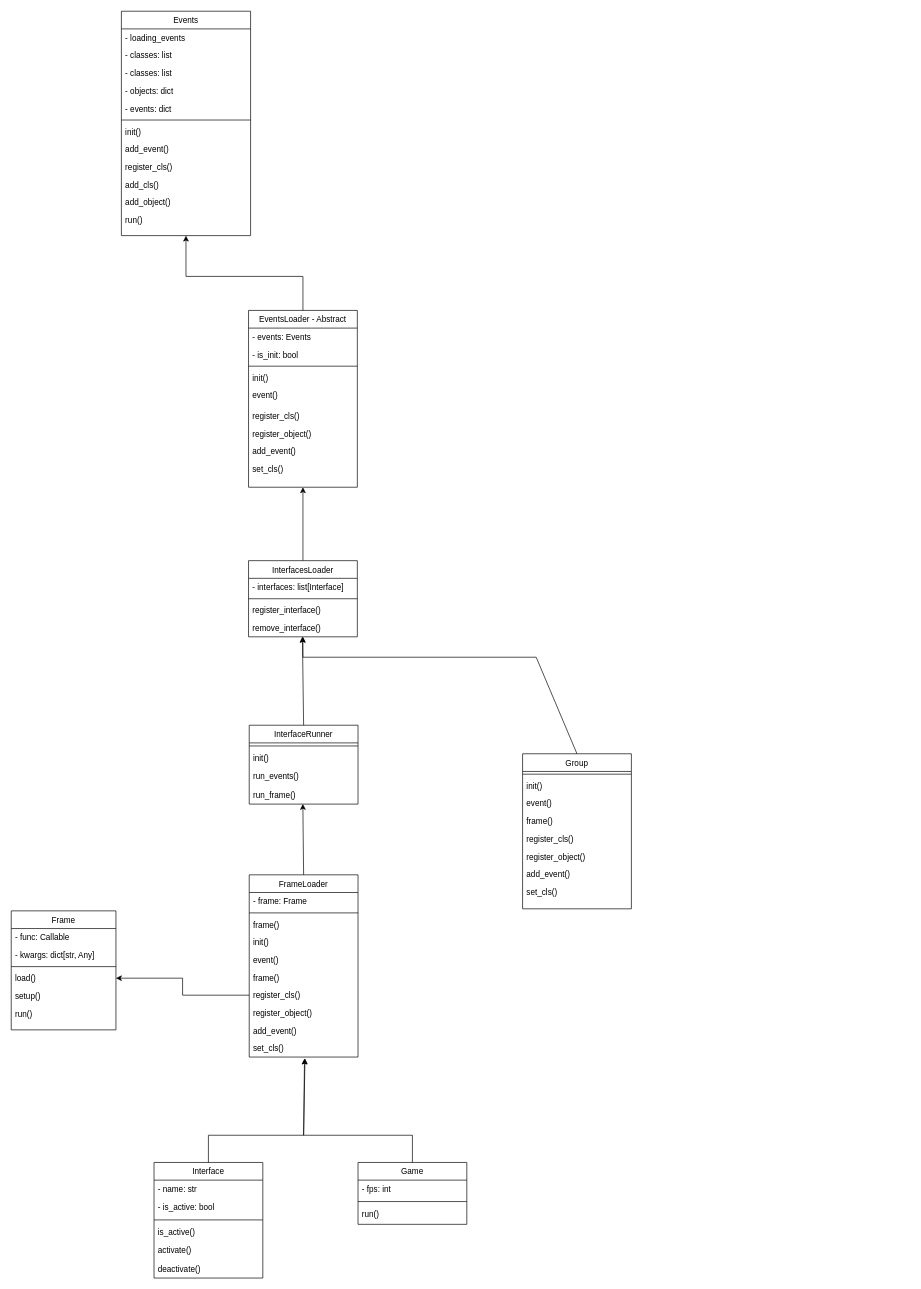
Before: Diagrama sem nome.drawio in KauanHK/diagramas, a draw.io diagram. Source tidied: cells renumbered, new cells numbered last; positions are measured from the earlier drawing's top-left corner, leaving out a move shared by most shapes. Both pictures are drawn from the tidied source at 68%, with x=0, y=0 at pixel (11, 11).
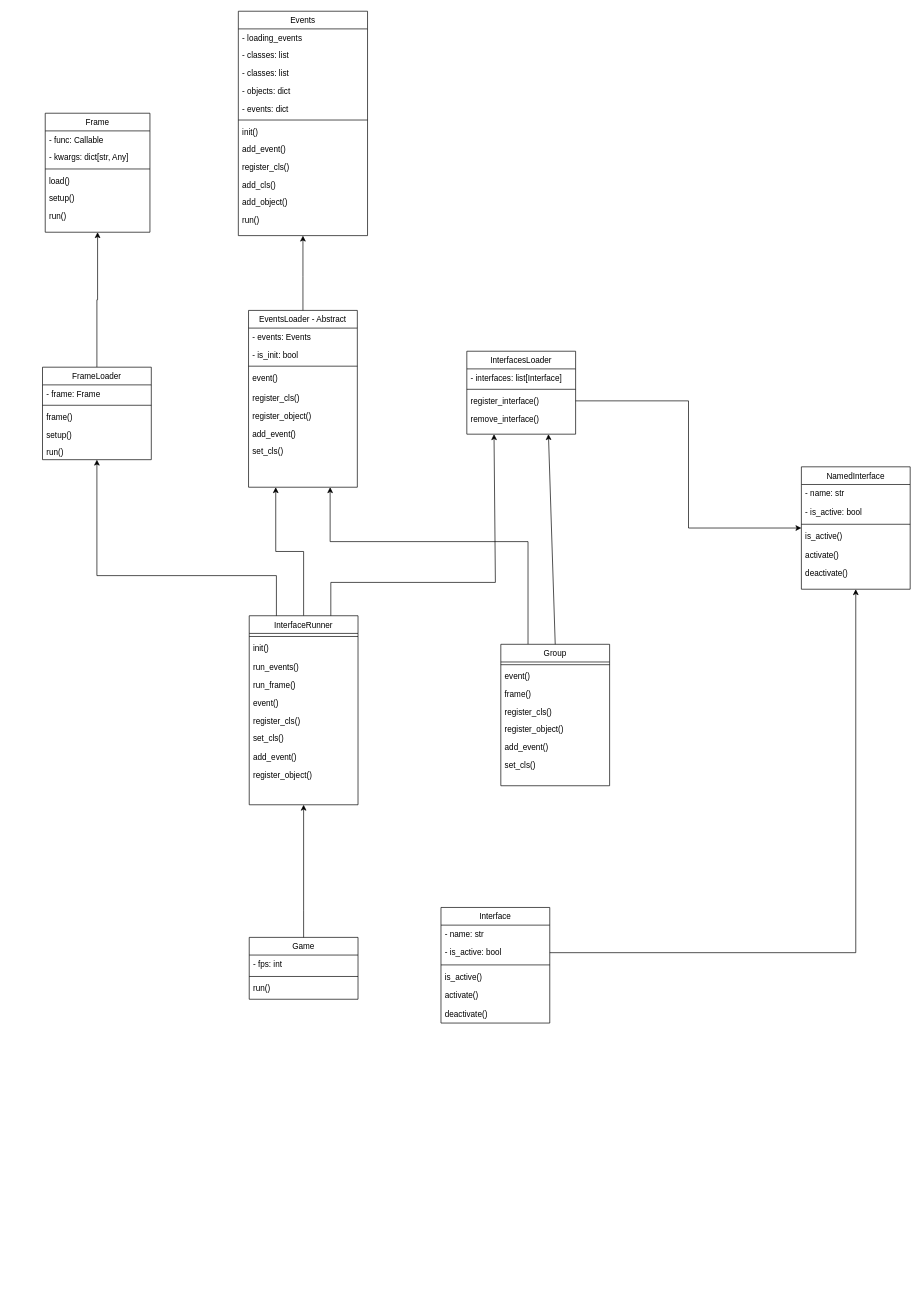
The same page after the edit.

Unchanged cells that the change refers to:
```xml
<mxCell id="2" value="EventsLoader - Abstract" style="swimlane;fontStyle=0;align=center;verticalAlign=top;horizontal=1;startSize=26;rounded=0;shadow=0;strokeWidth=1;" parent="1" vertex="1">
  <mxGeometry x="349" y="440" width="160" height="260" as="geometry" />
</mxCell>
<mxCell id="14" value="- is_active: bool" style="text;align=left;verticalAlign=top;spacingLeft=4;spacingRight=4;overflow=hidden;points=[[0,0.5],[1,0.5]];portConstraint=eastwest;rounded=0;shadow=0;html=0;" parent="12" vertex="1">
  <mxGeometry y="53" width="160" height="27" as="geometry" />
</mxCell>
<mxCell id="28" value="load()" style="text;align=left;verticalAlign=top;spacingLeft=4;spacingRight=4;overflow=hidden;points=[[0,0.5],[1,0.5]];portConstraint=eastwest;rounded=0;shadow=0;html=0;" parent="24" vertex="1">
  <mxGeometry y="86" width="154" height="26" as="geometry" />
</mxCell>
<mxCell id="57" value="register_interface()" style="text;align=left;verticalAlign=top;spacingLeft=4;spacingRight=4;overflow=hidden;points=[[0,0.5],[1,0.5]];portConstraint=eastwest;rounded=0;shadow=0;html=0;" parent="54" vertex="1">
  <mxGeometry y="60" width="160" height="26" as="geometry" />
</mxCell>
<mxCell id="58" value="remove_interface()" style="text;align=left;verticalAlign=top;spacingLeft=4;spacingRight=4;overflow=hidden;points=[[0,0.5],[1,0.5]];portConstraint=eastwest;rounded=0;shadow=0;html=0;" parent="54" vertex="1">
  <mxGeometry y="86" width="160" height="26" as="geometry" />
</mxCell>
```

Diff of the diagram source:
```diff
@@
-    <mxCell id="6" value="init()&#10;&#10;" style="text;align=left;verticalAlign=top;spacingLeft=4;spacingRight=4;overflow=hidden;" parent="2" vertex="1">
-      <mxGeometry y="86" width="160" height="26" as="geometry" />
-    </mxCell>
     <mxCell id="7" value="event()&#10;" style="text;align=left;verticalAlign=top;spacingLeft=4;spacingRight=4;overflow=hidden;" parent="2" vertex="1">
-      <mxGeometry y="112" width="160" height="30" as="geometry" />
+      <mxGeometry y="86" width="160" height="30" as="geometry" />
     </mxCell>
     <mxCell id="8" value="register_cls()&#10;" style="text;align=left;verticalAlign=top;spacingLeft=4;spacingRight=4;overflow=hidden;" parent="2" vertex="1">
-      <mxGeometry y="142" width="160" height="26" as="geometry" />
+      <mxGeometry y="116" width="160" height="26" as="geometry" />
     </mxCell>
     <mxCell id="9" value="register_object()" style="text;align=left;verticalAlign=top;spacingLeft=4;spacingRight=4;overflow=hidden;" parent="2" vertex="1">
-      <mxGeometry y="168" width="160" height="26" as="geometry" />
+      <mxGeometry y="142" width="160" height="26" as="geometry" />
     </mxCell>
     <mxCell id="10" value="add_event()&#10;" style="text;align=left;verticalAlign=top;spacingLeft=4;spacingRight=4;overflow=hidden;" parent="2" vertex="1">
-      <mxGeometry y="194" width="160" height="26" as="geometry" />
+      <mxGeometry y="168" width="160" height="26" as="geometry" />
     </mxCell>
     <mxCell id="11" value="set_cls()&#10;" style="text;align=left;verticalAlign=top;spacingLeft=4;spacingRight=4;overflow=hidden;" parent="2" vertex="1">
-      <mxGeometry y="220" width="160" height="26" as="geometry" />
+      <mxGeometry y="194" width="160" height="26" as="geometry" />
     </mxCell>
     <mxCell id="12" value="Interface" style="swimlane;fontStyle=0;align=center;verticalAlign=top;horizontal=1;startSize=26;rounded=0;shadow=0;strokeWidth=1;" parent="1" vertex="1">
-      <mxGeometry x="210" y="1693" width="160" height="170" as="geometry" />
+      <mxGeometry x="632" y="1318" width="160" height="170" as="geometry" />
     </mxCell>
@@
-    <mxCell id="19" style="endArrow=classic;html=1;rounded=0;exitX=0.5;exitY=0;exitDx=0;exitDy=0;entryX=0.508;entryY=1.088;entryDx=0;entryDy=0;entryPerimeter=0;" parent="1" edge="1" source="12" target="78">
-      <mxGeometry relative="1" as="geometry">
-        <Array as="points">
-          <mxPoint x="290" y="1653" />
-          <mxPoint x="430" y="1653" />
-        </Array>
-      </mxGeometry>
-    </mxCell>
     <mxCell id="20" value="Game" style="swimlane;fontStyle=0;align=center;verticalAlign=top;horizontal=1;startSize=26;rounded=0;shadow=0;strokeWidth=1;" parent="1" vertex="1">
-      <mxGeometry x="510" y="1693" width="160" height="91" as="geometry" />
+      <mxGeometry x="350" y="1362" width="160" height="91" as="geometry" />
     </mxCell>
@@
     <mxCell id="24" value="Frame" style="swimlane;fontStyle=0;align=center;verticalAlign=top;horizontal=1;startSize=26;rounded=0;shadow=0;strokeWidth=1;" parent="1" vertex="1">
-      <mxGeometry y="1323" width="154" height="175" as="geometry" />
+      <mxGeometry x="50" y="150" width="154" height="175" as="geometry" />
     </mxCell>
@@
+    <mxCell id="81" style="edgeStyle=orthogonalEdgeStyle;rounded=0;jettySize=auto;html=1;exitX=0.25;exitY=0;exitDx=0;exitDy=0;entryX=0.75;entryY=1;entryDx=0;entryDy=0;" parent="1" edge="1" source="31" target="2">
+      <mxGeometry relative="1" as="geometry">
+        <Array as="points">
+          <mxPoint x="760" y="780" />
+          <mxPoint x="469" y="780" />
+        </Array>
+      </mxGeometry>
+    </mxCell>
     <mxCell id="31" value="Group" style="swimlane;fontStyle=0;align=center;verticalAlign=top;horizontal=1;startSize=26;rounded=0;shadow=0;strokeWidth=1;" parent="1" vertex="1">
-      <mxGeometry x="752" y="1092" width="160" height="228" as="geometry" />
+      <mxGeometry x="720" y="931" width="160" height="208" as="geometry" />
     </mxCell>
@@
-    <mxCell id="33" value="init()" style="text;align=left;verticalAlign=top;spacingLeft=4;spacingRight=4;overflow=hidden;rounded=0;shadow=0;html=0;" parent="31" vertex="1">
-      <mxGeometry y="34" width="160" height="26" as="geometry" />
-    </mxCell>
     <mxCell id="34" value="event()" style="text;align=left;verticalAlign=top;spacingLeft=4;spacingRight=4;overflow=hidden;rounded=0;shadow=0;html=0;" parent="31" vertex="1">
-      <mxGeometry y="60" width="160" height="26" as="geometry" />
+      <mxGeometry y="34" width="160" height="26" as="geometry" />
     </mxCell>
     <mxCell id="35" value="frame()&#10;" style="text;align=left;verticalAlign=top;spacingLeft=4;spacingRight=4;overflow=hidden;" parent="31" vertex="1">
-      <mxGeometry y="86" width="160" height="26" as="geometry" />
+      <mxGeometry y="60" width="160" height="26" as="geometry" />
     </mxCell>
     <mxCell id="36" value="register_cls()&#10;" style="text;align=left;verticalAlign=top;spacingLeft=4;spacingRight=4;overflow=hidden;" parent="31" vertex="1">
-      <mxGeometry y="112" width="160" height="26" as="geometry" />
+      <mxGeometry y="86" width="160" height="26" as="geometry" />
     </mxCell>
     <mxCell id="37" value="register_object()" style="text;align=left;verticalAlign=top;spacingLeft=4;spacingRight=4;overflow=hidden;" parent="31" vertex="1">
-      <mxGeometry y="138" width="160" height="26" as="geometry" />
+      <mxGeometry y="112" width="160" height="26" as="geometry" />
     </mxCell>
     <mxCell id="38" value="add_event()" style="text;align=left;verticalAlign=top;spacingLeft=4;spacingRight=4;overflow=hidden;rounded=0;shadow=0;html=0;" parent="31" vertex="1">
-      <mxGeometry y="164" width="160" height="26" as="geometry" />
+      <mxGeometry y="138" width="160" height="26" as="geometry" />
     </mxCell>
     <mxCell id="39" value="set_cls()&#10;" style="text;align=left;verticalAlign=top;spacingLeft=4;spacingRight=4;overflow=hidden;" parent="31" vertex="1">
-      <mxGeometry y="190" width="160" height="26" as="geometry" />
+      <mxGeometry y="164" width="160" height="26" as="geometry" />
     </mxCell>
     <mxCell id="40" value="Events" style="swimlane;fontStyle=0;align=center;verticalAlign=top;horizontal=1;startSize=26;rounded=0;shadow=0;strokeWidth=1;" parent="1" vertex="1">
-      <mxGeometry x="162" width="190" height="330" as="geometry" />
+      <mxGeometry x="334" width="190" height="330" as="geometry" />
     </mxCell>
@@
-    <mxCell id="53" style="edgeStyle=orthogonalEdgeStyle;rounded=0;jettySize=auto;html=1;exitX=0.5;exitY=0;exitDx=0;exitDy=0;entryX=0.5;entryY=1;entryDx=0;entryDy=0;" parent="1" edge="1" source="54" target="2">
-      <mxGeometry relative="1" as="geometry" />
-    </mxCell>
     <mxCell id="54" value="InterfacesLoader" style="swimlane;fontStyle=0;align=center;verticalAlign=top;horizontal=1;startSize=26;rounded=0;shadow=0;strokeWidth=1;" parent="1" vertex="1">
-      <mxGeometry x="349" y="808" width="160" height="112" as="geometry" />
+      <mxGeometry x="670" y="500" width="160" height="122" as="geometry" />
     </mxCell>
@@
+    <mxCell id="82" style="edgeStyle=orthogonalEdgeStyle;rounded=0;jettySize=auto;html=1;exitX=0.5;exitY=0;exitDx=0;exitDy=0;entryX=0.25;entryY=1;entryDx=0;entryDy=0;" parent="1" edge="1" source="59" target="2">
+      <mxGeometry relative="1" as="geometry" />
+    </mxCell>
     <mxCell id="59" value="InterfaceRunner" style="swimlane;fontStyle=0;align=center;verticalAlign=top;horizontal=1;startSize=26;rounded=0;shadow=0;strokeWidth=1;" parent="1" vertex="1">
-      <mxGeometry x="350" y="1050" width="160" height="116" as="geometry" />
+      <mxGeometry x="350" y="889" width="160" height="278" as="geometry" />
     </mxCell>
@@
-    <mxCell id="63" value="run_frame()" style="text;align=left;verticalAlign=top;spacingLeft=4;spacingRight=4;overflow=hidden;points=[[0,0.5],[1,0.5]];portConstraint=eastwest;rounded=0;shadow=0;html=0;" parent="59" vertex="1">
-      <mxGeometry y="89" width="160" height="27" as="geometry" />
+    <mxCell id="63" value="run_frame()" style="text;align=left;verticalAlign=top;spacingLeft=4;spacingRight=4;overflow=hidden;points=[[0,0.5],[1,0.5]];portConstraint=eastwest;" parent="59" vertex="1">
+      <mxGeometry y="89" width="160" height="26" as="geometry" />
     </mxCell>
+    <mxCell id="73" value="event()" style="text;align=left;verticalAlign=top;spacingLeft=4;spacingRight=4;overflow=hidden;rounded=0;shadow=0;html=0;" parent="59" vertex="1">
+      <mxGeometry y="115" width="160" height="26" as="geometry" />
+    </mxCell>
+    <mxCell id="75" value="register_cls()&#10;" style="text;align=left;verticalAlign=top;spacingLeft=4;spacingRight=4;overflow=hidden;points=[[0,0.5],[1,0.5]];portConstraint=eastwest;" parent="59" vertex="1">
+      <mxGeometry y="141" width="160" height="26" as="geometry" />
+    </mxCell>
+    <mxCell id="78" value="set_cls()&#10;" style="text;align=left;verticalAlign=top;spacingLeft=4;spacingRight=4;overflow=hidden;points=[[0,0.5],[1,0.5]];portConstraint=eastwest;" parent="59" vertex="1">
+      <mxGeometry y="167" width="160" height="28" as="geometry" />
+    </mxCell>
+    <mxCell id="77" value="add_event()" style="text;align=left;verticalAlign=top;spacingLeft=4;spacingRight=4;overflow=hidden;rounded=0;shadow=0;html=0;" parent="59" vertex="1">
+      <mxGeometry y="195" width="160" height="26" as="geometry" />
+    </mxCell>
+    <mxCell id="76" value="register_object()" style="text;align=left;verticalAlign=top;spacingLeft=4;spacingRight=4;overflow=hidden;" parent="59" vertex="1">
+      <mxGeometry y="221" width="160" height="26" as="geometry" />
+    </mxCell>
-    <mxCell id="64" style="endArrow=classic;html=1;rounded=0;exitX=0.5;exitY=0;exitDx=0;exitDy=0;" parent="1" edge="1" source="20">
+    <mxCell id="64" style="endArrow=classic;html=1;rounded=0;exitX=0.5;exitY=0;exitDx=0;exitDy=0;entryX=0.5;entryY=1;entryDx=0;entryDy=0;" parent="1" edge="1" source="20" target="59">
       <mxGeometry relative="1" as="geometry">
-        <mxPoint x="432" y="1540" as="targetPoint" />
         <Array as="points">
-          <mxPoint x="590" y="1653" />
-          <mxPoint x="430" y="1653" />
+          <mxPoint x="430" y="1322" />
         </Array>
       </mxGeometry>
     </mxCell>
-    <mxCell id="65" style="endArrow=classic;html=1;rounded=0;exitX=0.5;exitY=0;exitDx=0;exitDy=0;entryX=0.495;entryY=0.994;entryDx=0;entryDy=0;entryPerimeter=0;" parent="1" edge="1" source="59" target="58">
-      <mxGeometry relative="1" as="geometry" />
+    <mxCell id="65" style="endArrow=classic;html=1;rounded=0;exitX=0.75;exitY=0;exitDx=0;exitDy=0;entryX=0.25;entryY=1;entryDx=0;entryDy=0;" parent="1" edge="1" source="59" target="54">
+      <mxGeometry relative="1" as="geometry">
+        <Array as="points">
+          <mxPoint x="470" y="840" />
+          <mxPoint x="712" y="840" />
+        </Array>
+      </mxGeometry>
     </mxCell>
     <mxCell id="66" style="endArrow=classic;html=1;rounded=0;exitX=0.5;exitY=0;exitDx=0;exitDy=0;entryX=0.5;entryY=1;entryDx=0;entryDy=0;" parent="1" edge="1" source="2" target="40">
       <mxGeometry relative="1" as="geometry">
         <Array as="points">
           <mxPoint x="429" y="390" />
-          <mxPoint x="257" y="390" />
         </Array>
       </mxGeometry>
     </mxCell>
-    <mxCell id="67" style="endArrow=classic;html=1;rounded=0;exitX=0.5;exitY=0;exitDx=0;exitDy=0;entryX=0.5;entryY=1;entryDx=0;entryDy=0;" parent="1" edge="1" source="31" target="54">
-      <mxGeometry relative="1" as="geometry">
-        <Array as="points">
-          <mxPoint x="772" y="950" />
-          <mxPoint x="429" y="950" />
-        </Array>
-      </mxGeometry>
+    <mxCell id="67" style="endArrow=classic;html=1;rounded=0;exitX=0.5;exitY=0;exitDx=0;exitDy=0;entryX=0.75;entryY=1;entryDx=0;entryDy=0;" parent="1" edge="1" source="31" target="54">
+      <mxGeometry relative="1" as="geometry" />
     </mxCell>
+    <mxCell id="83" style="edgeStyle=orthogonalEdgeStyle;rounded=0;jettySize=auto;html=1;exitX=0.5;exitY=0;exitDx=0;exitDy=0;entryX=0.5;entryY=1;entryDx=0;entryDy=0;" parent="1" edge="1" source="68" target="24">
+      <mxGeometry relative="1" as="geometry" />
+    </mxCell>
     <mxCell id="68" value="FrameLoader" style="swimlane;fontStyle=0;align=center;verticalAlign=top;horizontal=1;startSize=26;rounded=0;shadow=0;strokeWidth=1;" parent="1" vertex="1">
-      <mxGeometry x="350" y="1270" width="160" height="268" as="geometry" />
+      <mxGeometry x="46" y="523.5" width="160" height="136" as="geometry" />
     </mxCell>
@@
-    <mxCell id="72" value="init()" style="text;align=left;verticalAlign=top;spacingLeft=4;spacingRight=4;overflow=hidden;rounded=0;shadow=0;html=0;" parent="68" vertex="1">
-      <mxGeometry y="86" width="160" height="26" as="geometry" />
-    </mxCell>
-    <mxCell id="73" value="event()" style="text;align=left;verticalAlign=top;spacingLeft=4;spacingRight=4;overflow=hidden;rounded=0;shadow=0;html=0;" parent="68" vertex="1">
-      <mxGeometry y="112" width="160" height="26" as="geometry" />
-    </mxCell>
-    <mxCell id="74" value="frame()&#10;" style="text;align=left;verticalAlign=top;spacingLeft=4;spacingRight=4;overflow=hidden;" parent="68" vertex="1">
-      <mxGeometry y="138" width="160" height="26" as="geometry" />
-    </mxCell>
-    <mxCell id="75" value="register_cls()&#10;" style="text;align=left;verticalAlign=top;spacingLeft=4;spacingRight=4;overflow=hidden;points=[[0,0.5],[1,0.5]];portConstraint=eastwest;" parent="68" vertex="1">
-      <mxGeometry y="164" width="160" height="26" as="geometry" />
-    </mxCell>
-    <mxCell id="76" value="register_object()" style="text;align=left;verticalAlign=top;spacingLeft=4;spacingRight=4;overflow=hidden;" parent="68" vertex="1">
-      <mxGeometry y="190" width="160" height="26" as="geometry" />
-    </mxCell>
-    <mxCell id="77" value="add_event()" style="text;align=left;verticalAlign=top;spacingLeft=4;spacingRight=4;overflow=hidden;rounded=0;shadow=0;html=0;" parent="68" vertex="1">
-      <mxGeometry y="216" width="160" height="26" as="geometry" />
-    </mxCell>
-    <mxCell id="78" value="set_cls()&#10;" style="text;align=left;verticalAlign=top;spacingLeft=4;spacingRight=4;overflow=hidden;points=[[0,0.5],[1,0.5]];portConstraint=eastwest;" parent="68" vertex="1">
-      <mxGeometry y="242" width="160" height="26" as="geometry" />
-    </mxCell>
-    <mxCell id="79" style="endArrow=classic;html=1;rounded=0;exitX=0.5;exitY=0;exitDx=0;exitDy=0;entryX=0.493;entryY=0.99;entryDx=0;entryDy=0;entryPerimeter=0;" parent="1" edge="1" source="68" target="63">
-      <mxGeometry relative="1" as="geometry" />
-    </mxCell>
-    <mxCell id="80" style="edgeStyle=orthogonalEdgeStyle;rounded=0;jettySize=auto;html=1;exitX=0;exitY=0.5;exitDx=0;exitDy=0;entryX=1;entryY=0.5;entryDx=0;entryDy=0;" parent="1" edge="1" source="75" target="28">
-      <mxGeometry relative="1" as="geometry" />
-    </mxCell>
+    <mxCell id="84" value="setup()" style="text;align=left;verticalAlign=top;spacingLeft=4;spacingRight=4;overflow=hidden;" parent="68" vertex="1">
+      <mxGeometry y="86" width="160" height="26" as="geometry" />
+    </mxCell>
+    <mxCell id="85" value="run()" style="text;align=left;verticalAlign=top;spacingLeft=4;spacingRight=4;overflow=hidden;" parent="68" vertex="1">
+      <mxGeometry y="112" width="160" height="24" as="geometry" />
+    </mxCell>
+    <mxCell id="86" style="endArrow=classic;html=1;rounded=0;exitX=0.25;exitY=0;exitDx=0;exitDy=0;entryX=0.5;entryY=1;entryDx=0;entryDy=0;" parent="1" edge="1" source="59" target="68">
+      <mxGeometry relative="1" as="geometry">
+        <Array as="points">
+          <mxPoint x="390" y="830" />
+          <mxPoint x="126" y="830" />
+        </Array>
+      </mxGeometry>
+    </mxCell>
+    <mxCell id="87" value="NamedInterface" style="swimlane;fontStyle=0;align=center;verticalAlign=top;horizontal=1;startSize=26;rounded=0;shadow=0;strokeWidth=1;" parent="1" vertex="1">
+      <mxGeometry x="1162" y="670" width="160" height="180" as="geometry" />
+    </mxCell>
+    <mxCell id="88" value="- name: str" style="text;align=left;verticalAlign=top;spacingLeft=4;spacingRight=4;overflow=hidden;rounded=0;shadow=0;html=0;" parent="87" vertex="1">
+      <mxGeometry y="26" width="160" height="27" as="geometry" />
+    </mxCell>
+    <mxCell id="89" value="- is_active: bool" style="text;align=left;verticalAlign=top;spacingLeft=4;spacingRight=4;overflow=hidden;rounded=0;shadow=0;html=0;" parent="87" vertex="1">
+      <mxGeometry y="53" width="160" height="27" as="geometry" />
+    </mxCell>
+    <mxCell id="90" style="line;html=1;strokeWidth=1;align=left;verticalAlign=middle;spacingTop=-1;spacingLeft=3;spacingRight=3;labelPosition=right;" parent="87" vertex="1">
+      <mxGeometry y="80" width="160" height="9" as="geometry" />
+    </mxCell>
+    <mxCell id="91" value="is_active()" style="text;align=left;verticalAlign=top;spacingLeft=4;spacingRight=4;overflow=hidden;rounded=0;shadow=0;html=0;" parent="87" vertex="1">
+      <mxGeometry y="89" width="160" height="27" as="geometry" />
+    </mxCell>
+    <mxCell id="92" value="activate()" style="text;align=left;verticalAlign=top;spacingLeft=4;spacingRight=4;overflow=hidden;rounded=0;shadow=0;html=0;" parent="87" vertex="1">
+      <mxGeometry y="116" width="160" height="27" as="geometry" />
+    </mxCell>
+    <mxCell id="93" value="deactivate()" style="text;align=left;verticalAlign=top;spacingLeft=4;spacingRight=4;overflow=hidden;rounded=0;shadow=0;html=0;" parent="87" vertex="1">
+      <mxGeometry y="143" width="160" height="27" as="geometry" />
+    </mxCell>
+    <mxCell id="94" style="edgeStyle=orthogonalEdgeStyle;rounded=0;jettySize=auto;html=1;exitX=1;exitY=0.5;exitDx=0;exitDy=0;entryX=0;entryY=0.5;entryDx=0;entryDy=0;" parent="1" edge="1" source="57" target="87">
+      <mxGeometry relative="1" as="geometry" />
+    </mxCell>
+    <mxCell id="95" style="edgeStyle=orthogonalEdgeStyle;rounded=0;jettySize=auto;html=1;exitX=1;exitY=0.5;exitDx=0;exitDy=0;entryX=0.5;entryY=1;entryDx=0;entryDy=0;" parent="1" edge="1" source="14" target="87">
+      <mxGeometry relative="1" as="geometry" />
+    </mxCell>
```
